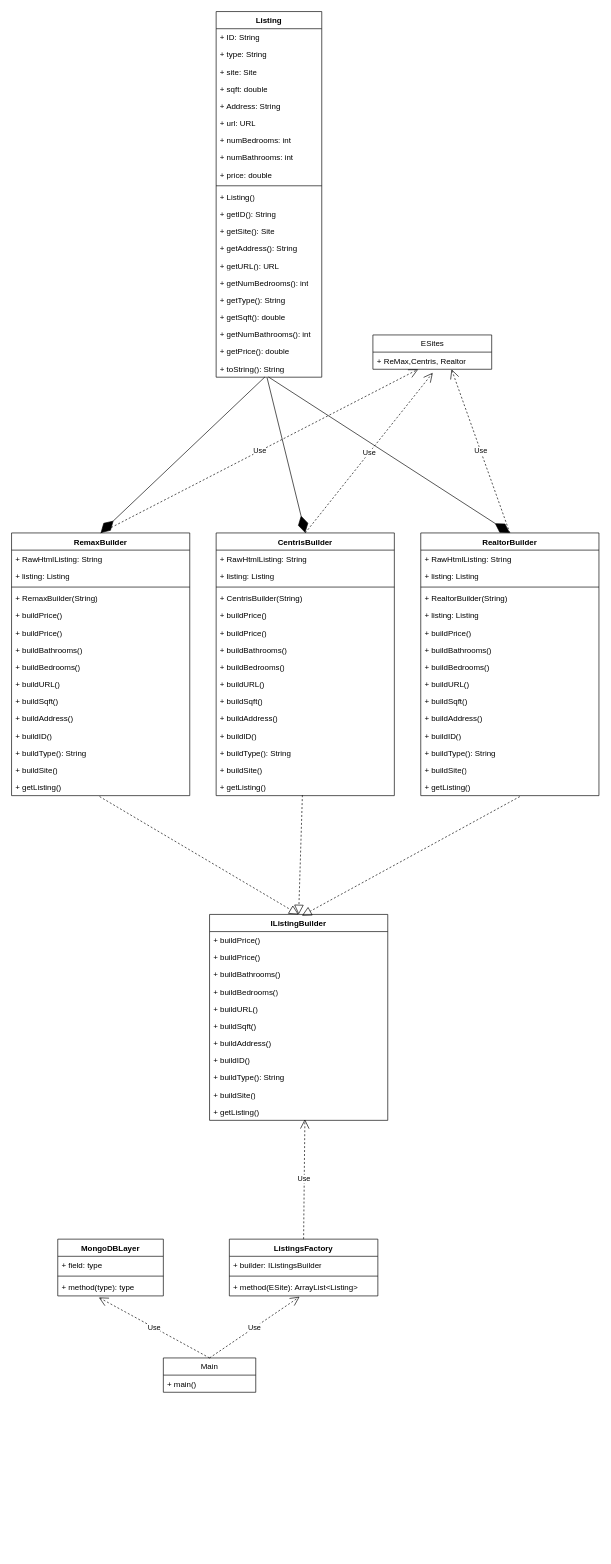
Earlier version of the draw.io diagram RealEstateAgrigatDiagram.drawio (JonaShoukri/RealEstateAgrigator). Source tidied: cells renumbered, new cells numbered last; positions are measured from the earlier drawing's top-left corner, leaving out a move shared by most shapes. Both pictures are drawn from the tidied source at 66%, with x=0, y=0 at pixel (11, 11).
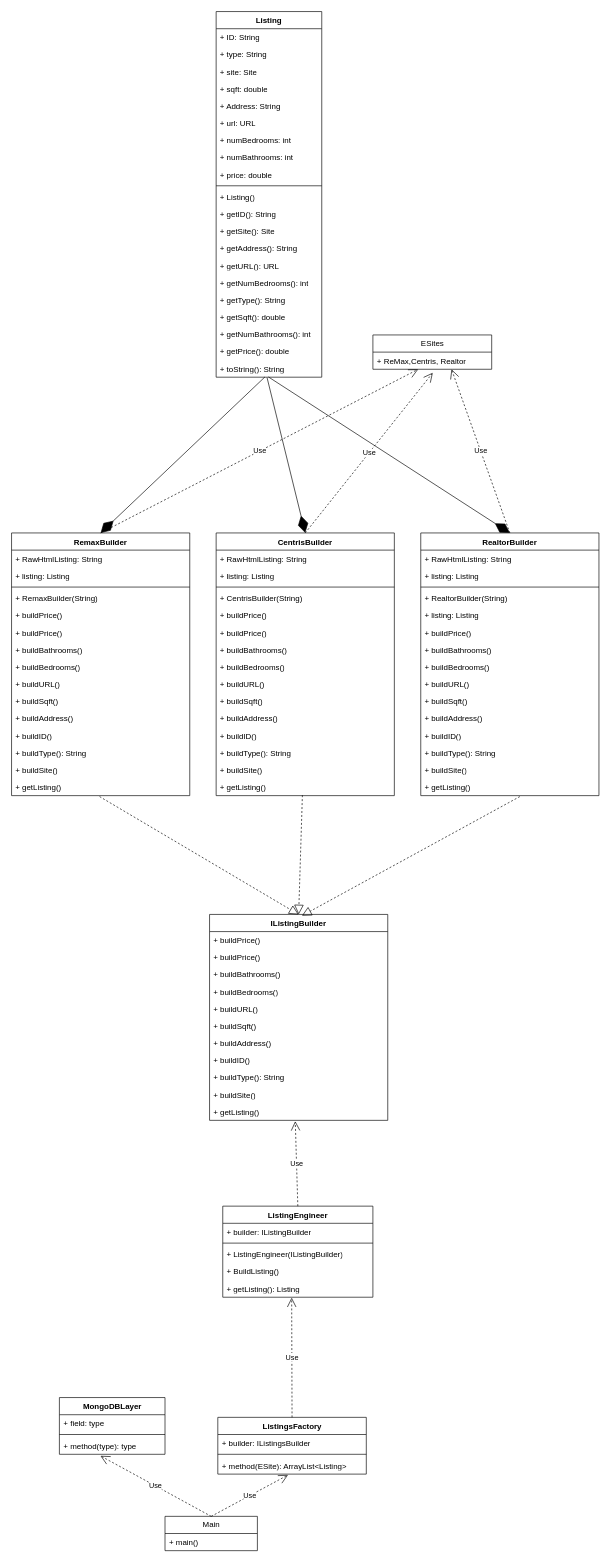
Above is the later version.

Commit message (it also covers changes not shown here):
Almost established builder pattern

The change refers to these unchanged cells:
```xml
<mxCell id="37" value="+ getListing()" style="text;strokeColor=none;fillColor=none;align=left;verticalAlign=top;spacingLeft=4;spacingRight=4;overflow=hidden;points=[[0,0.5],[1,0.5]];portConstraint=eastwest;whiteSpace=wrap;html=1;" parent="26" vertex="1">
  <mxGeometry y="286" width="270" height="26" as="geometry" />
</mxCell>
```

The edit, as a diff of the source:
```diff
@@
     <mxCell id="95" value="ListingsFactory" style="swimlane;fontStyle=1;align=center;verticalAlign=top;horizontal=1;startSize=26;whiteSpace=wrap;html=1;" parent="1" vertex="1">
-      <mxGeometry x="330" y="1860" width="225" height="86" as="geometry" />
+      <mxGeometry x="312.5" y="2130" width="225" height="86" as="geometry" />
     </mxCell>
@@
-    <mxCell id="99" value="Use" style="endArrow=open;endSize=12;dashed=1;html=1;rounded=0;exitX=0.5;exitY=0;exitDx=0;exitDy=0;entryX=0.535;entryY=0.941;entryDx=0;entryDy=0;entryPerimeter=0;" parent="1" edge="1" source="95" target="37">
+    <mxCell id="99" value="Use" style="endArrow=open;endSize=12;dashed=1;html=1;rounded=0;exitX=0.5;exitY=0;exitDx=0;exitDy=0;entryX=0.459;entryY=1.026;entryDx=0;entryDy=0;entryPerimeter=0;" parent="1" edge="1" source="95" target="113">
       <mxGeometry relative="1" as="geometry" />
     </mxCell>
     <mxCell id="100" value="MongoDBLayer" style="swimlane;fontStyle=1;align=center;verticalAlign=top;horizontal=1;startSize=26;whiteSpace=wrap;html=1;" parent="1" vertex="1">
-      <mxGeometry x="70" y="1860" width="160" height="86" as="geometry" />
+      <mxGeometry x="72.5" y="2100" width="160" height="86" as="geometry" />
     </mxCell>
@@
     <mxCell id="104" value="Main" style="swimlane;fontStyle=0;horizontal=1;startSize=26;fillColor=none;whiteSpace=wrap;html=1;" parent="1" vertex="1">
-      <mxGeometry x="230" y="2040" width="140" height="52" as="geometry" />
+      <mxGeometry x="232.5" y="2280" width="140" height="52" as="geometry" />
     </mxCell>
@@
+    <mxCell id="108" value="ListingEngineer" style="swimlane;fontStyle=1;align=center;verticalAlign=top;horizontal=1;startSize=26;whiteSpace=wrap;html=1;" parent="1" vertex="1">
+      <mxGeometry x="320" y="1810" width="227.5" height="138" as="geometry" />
+    </mxCell>
+    <mxCell id="109" value="+ builder: IListingBuilder" style="text;strokeColor=none;fillColor=none;align=left;verticalAlign=top;spacingLeft=4;spacingRight=4;overflow=hidden;whiteSpace=wrap;html=1;" parent="108" vertex="1">
+      <mxGeometry y="26" width="227.5" height="26" as="geometry" />
+    </mxCell>
+    <mxCell id="110" style="line;strokeWidth=1;fillColor=none;align=left;verticalAlign=middle;spacingTop=-1;spacingLeft=3;spacingRight=3;labelPosition=right;strokeColor=inherit;" parent="108" vertex="1">
+      <mxGeometry y="52" width="227.5" height="8" as="geometry" />
+    </mxCell>
+    <mxCell id="111" value="+ ListingEngineer(IListingBuilder)" style="text;strokeColor=none;fillColor=none;align=left;verticalAlign=top;spacingLeft=4;spacingRight=4;overflow=hidden;whiteSpace=wrap;html=1;" parent="108" vertex="1">
+      <mxGeometry y="60" width="227.5" height="26" as="geometry" />
+    </mxCell>
+    <mxCell id="112" value="+ BuildListing()" style="text;strokeColor=none;fillColor=none;align=left;verticalAlign=top;spacingLeft=4;spacingRight=4;overflow=hidden;whiteSpace=wrap;html=1;" parent="108" vertex="1">
+      <mxGeometry y="86" width="227.5" height="26" as="geometry" />
+    </mxCell>
+    <mxCell id="113" value="+ getListing(): Listing" style="text;strokeColor=none;fillColor=none;align=left;verticalAlign=top;spacingLeft=4;spacingRight=4;overflow=hidden;points=[[0,0.5],[1,0.5]];portConstraint=eastwest;whiteSpace=wrap;html=1;" parent="108" vertex="1">
+      <mxGeometry y="112" width="227.5" height="26" as="geometry" />
+    </mxCell>
+    <mxCell id="114" value="Use" style="endArrow=open;endSize=12;dashed=1;html=1;rounded=0;exitX=0.5;exitY=0;exitDx=0;exitDy=0;entryX=0.481;entryY=1.051;entryDx=0;entryDy=0;entryPerimeter=0;" parent="1" edge="1" source="108" target="37">
+      <mxGeometry relative="1" as="geometry" />
+    </mxCell>
```
